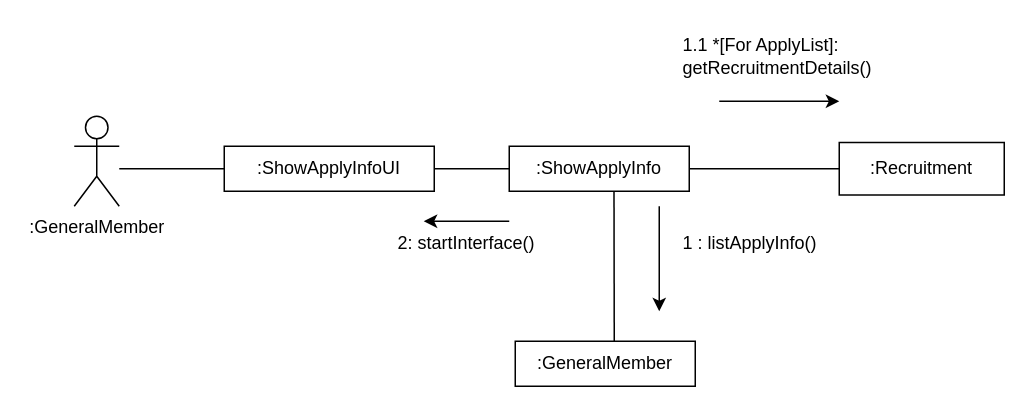
The draw.io diagram B811190_진선명/지원정보조회.drawio in FinancialWorld16/SE_TEAM, before the edit. Source tidied: cells renumbered, new cells numbered last; positions are measured from the earlier drawing's top-left corner, leaving out a move shared by most shapes. Both pictures are drawn from the tidied source at 150%, with x=0, y=0 at pixel (74, 26).
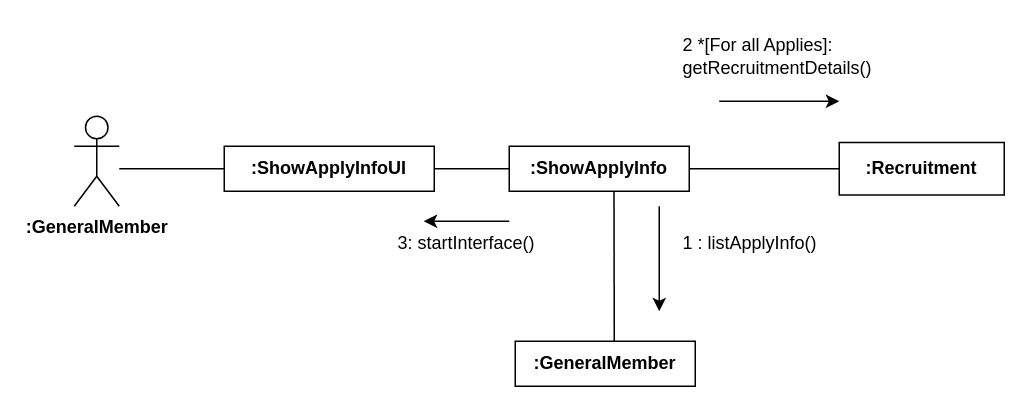
The same page after the edit.

Diff of the diagram source:
```diff
@@
-    <mxCell id="2" value=":GeneralMember" style="shape=umlActor;verticalLabelPosition=bottom;verticalAlign=top;html=1;" parent="1" vertex="1">
+    <mxCell id="2" value=":GeneralMember" style="shape=umlActor;verticalLabelPosition=bottom;verticalAlign=top;html=1;fontStyle=1;" parent="1" vertex="1">
       <mxGeometry y="60" width="30" height="60" as="geometry" />
     </mxCell>
-    <mxCell id="3" value=":ShowApplyInfoUI" style="rounded=0;whiteSpace=wrap;html=1;" parent="1" vertex="1">
+    <mxCell id="3" value=":ShowApplyInfoUI" style="rounded=0;whiteSpace=wrap;html=1;fontStyle=1;" parent="1" vertex="1">
       <mxGeometry x="100" y="80" width="140" height="30" as="geometry" />
     </mxCell>
-    <mxCell id="4" value=":ShowApplyInfo" style="rounded=0;whiteSpace=wrap;html=1;" parent="1" vertex="1">
+    <mxCell id="4" value=":ShowApplyInfo" style="rounded=0;whiteSpace=wrap;html=1;fontStyle=1;" parent="1" vertex="1">
       <mxGeometry x="290" y="80" width="120" height="30" as="geometry" />
     </mxCell>
@@
-    <mxCell id="8" value="2: startInterface()" style="text;strokeColor=none;fillColor=none;align=left;verticalAlign=middle;spacingLeft=4;spacingRight=4;overflow=hidden;whiteSpace=wrap;html=1;" parent="1" vertex="1">
+    <mxCell id="8" value="3: startInterface()" style="text;strokeColor=none;fillColor=none;align=left;verticalAlign=middle;spacingLeft=4;spacingRight=4;overflow=hidden;whiteSpace=wrap;html=1;" parent="1" vertex="1">
       <mxGeometry x="210" y="130" width="110" height="30" as="geometry" />
     </mxCell>
-    <mxCell id="9" value=":GeneralMember" style="rounded=0;whiteSpace=wrap;html=1;" parent="1" vertex="1">
+    <mxCell id="9" value=":GeneralMember" style="rounded=0;whiteSpace=wrap;html=1;fontStyle=1;" parent="1" vertex="1">
       <mxGeometry x="294" y="210" width="120" height="30" as="geometry" />
     </mxCell>
-    <mxCell id="10" value="1.1 *[For ApplyList]: getRecruitmentDetails()" style="text;strokeColor=none;fillColor=none;align=left;verticalAlign=middle;spacingLeft=4;spacingRight=4;overflow=hidden;whiteSpace=wrap;html=1;" parent="1" vertex="1">
+    <mxCell id="10" value="2 *[For all Applies]: getRecruitmentDetails()" style="text;strokeColor=none;fillColor=none;align=left;verticalAlign=middle;spacingLeft=4;spacingRight=4;overflow=hidden;whiteSpace=wrap;html=1;" parent="1" vertex="1">
       <mxGeometry x="400" width="170" height="40" as="geometry" />
     </mxCell>
@@
-    <mxCell id="15" value=":Recruitment" style="rounded=0;whiteSpace=wrap;html=1;" parent="1" vertex="1">
+    <mxCell id="15" value=":Recruitment" style="rounded=0;whiteSpace=wrap;html=1;fontStyle=1;" parent="1" vertex="1">
       <mxGeometry x="510" y="77.5" width="110" height="35" as="geometry" />
     </mxCell>
```
